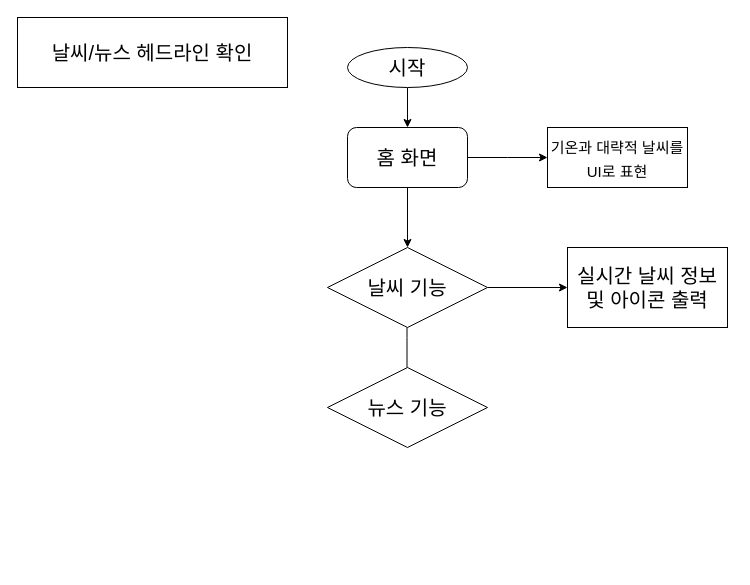
This is Untitled Diagram.drawio from JayPark0110/EmbeddedTP, a draw.io file, before an edit. Source tidied: cells renumbered, new cells numbered last; positions are measured from the earlier drawing's top-left corner, leaving out a move shared by most shapes. Both pictures are drawn from the tidied source at 100%, with x=0, y=0 at pixel (17, 17).
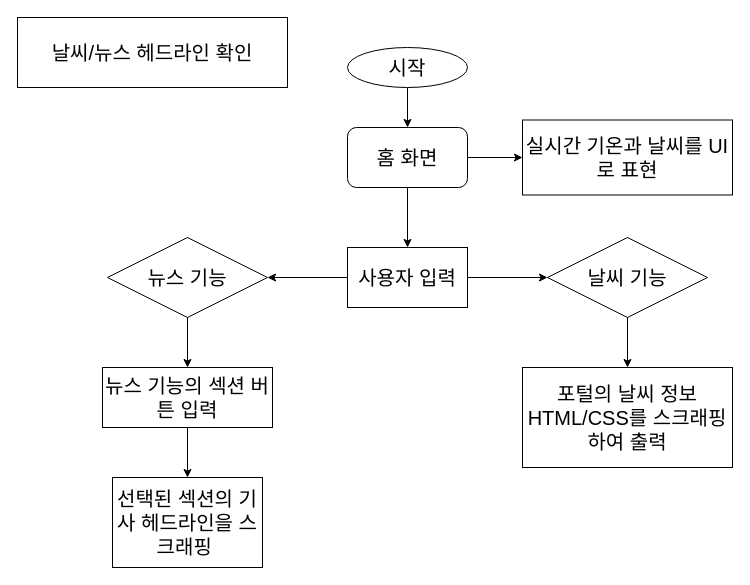
Above is the later version.

Change to the diagram source:
```diff
@@
 <mxGraphModel>
   <root>
     <mxCell id="0" />
     <mxCell id="1" parent="0" />
     <mxCell id="2" style="edgeStyle=orthogonalEdgeStyle;rounded=0;jettySize=auto;html=1;" parent="1" edge="1" source="3" target="6">
       <mxGeometry relative="1" as="geometry" />
     </mxCell>
     <mxCell id="3" value="&lt;font style=&quot;font-size: 20px&quot;&gt;시작&lt;/font&gt;" style="ellipse;whiteSpace=wrap;html=1;" parent="1" vertex="1">
       <mxGeometry x="330" y="30" width="120" height="40" as="geometry" />
     </mxCell>
-    <mxCell id="4" style="edgeStyle=orthogonalEdgeStyle;rounded=0;jettySize=auto;html=1;" parent="1" edge="1" source="6" target="9">
-      <mxGeometry relative="1" as="geometry" />
-    </mxCell>
-    <mxCell id="5" style="edgeStyle=orthogonalEdgeStyle;rounded=0;jettySize=auto;html=1;fontSize=20;" parent="1" edge="1" source="6">
-      <mxGeometry relative="1" as="geometry">
-        <mxPoint x="530" y="140" as="targetPoint" />
-      </mxGeometry>
-    </mxCell>
+    <mxCell id="14" style="edgeStyle=orthogonalEdgeStyle;rounded=0;jettySize=auto;html=1;fontSize=20;" parent="1" edge="1" source="6" target="19">
+      <mxGeometry relative="1" as="geometry" />
+    </mxCell>
+    <mxCell id="15" style="edgeStyle=orthogonalEdgeStyle;rounded=0;jettySize=auto;html=1;fontSize=20;" parent="1" edge="1" source="6" target="13">
+      <mxGeometry relative="1" as="geometry" />
+    </mxCell>
     <mxCell id="6" value="&lt;font style=&quot;font-size: 20px&quot;&gt;홈 화면&lt;/font&gt;" style="rounded=1;whiteSpace=wrap;html=1;" parent="1" vertex="1">
       <mxGeometry x="330" y="110" width="120" height="60" as="geometry" />
     </mxCell>
     <mxCell id="7" value="&lt;font style=&quot;font-size: 20px&quot;&gt;날씨/뉴스 헤드라인 확인&lt;/font&gt;" style="rounded=0;whiteSpace=wrap;html=1;" parent="1" vertex="1">
       <mxGeometry width="270" height="70" as="geometry" />
     </mxCell>
     <mxCell id="8" style="edgeStyle=orthogonalEdgeStyle;rounded=0;jettySize=auto;html=1;fontSize=20;" parent="1" edge="1" source="9" target="12">
       <mxGeometry relative="1" as="geometry" />
     </mxCell>
     <mxCell id="9" value="&lt;font style=&quot;font-size: 20px&quot;&gt;날씨 기능&lt;/font&gt;" style="rhombus;whiteSpace=wrap;html=1;" parent="1" vertex="1">
-      <mxGeometry x="310" y="230" width="160" height="80" as="geometry" />
+      <mxGeometry x="530" y="220" width="160" height="80" as="geometry" />
     </mxCell>
+    <mxCell id="16" style="edgeStyle=orthogonalEdgeStyle;rounded=0;jettySize=auto;html=1;fontSize=20;" parent="1" edge="1" source="10" target="21">
+      <mxGeometry relative="1" as="geometry" />
+    </mxCell>
     <mxCell id="10" value="&lt;font style=&quot;font-size: 20px&quot;&gt;뉴스 기능&lt;/font&gt;" style="rhombus;whiteSpace=wrap;html=1;" parent="1" vertex="1">
-      <mxGeometry x="310" y="350" width="160" height="80" as="geometry" />
+      <mxGeometry x="90" y="220" width="160" height="80" as="geometry" />
     </mxCell>
-    <mxCell id="11" style="endArrow=none;html=1;rounded=0;" parent="1" edge="1">
-      <mxGeometry relative="1" as="geometry">
-        <mxPoint x="389.5" y="350" as="sourcePoint" />
-        <mxPoint x="389.5" y="310" as="targetPoint" />
-        <Array as="points">
-          <mxPoint x="389.5" y="320" />
-        </Array>
-      </mxGeometry>
-    </mxCell>
-    <mxCell id="12" value="실시간 날씨 정보 및 아이콘 출력" style="rounded=0;whiteSpace=wrap;html=1;fontSize=20;" parent="1" vertex="1">
-      <mxGeometry x="550" y="230" width="160" height="80" as="geometry" />
+    <mxCell id="12" value="포털의 날씨 정보 HTML/CSS를 스크래핑하여 출력" style="rounded=0;whiteSpace=wrap;html=1;fontSize=20;" parent="1" vertex="1">
+      <mxGeometry x="505" y="350" width="210" height="100" as="geometry" />
     </mxCell>
-    <mxCell id="13" value="&lt;font style=&quot;font-size: 15px&quot;&gt;기온과 대략적 날씨를 UI로 표현&lt;/font&gt;" style="rounded=0;whiteSpace=wrap;html=1;fontSize=20;" parent="1" vertex="1">
-      <mxGeometry x="530" y="110" width="140" height="60" as="geometry" />
+    <mxCell id="13" value="&lt;font style=&quot;font-size: 20px&quot;&gt;실시간 기온과 날씨를 UI로 표현&lt;/font&gt;" style="rounded=0;whiteSpace=wrap;html=1;fontSize=20;" parent="1" vertex="1">
+      <mxGeometry x="505" y="102.5" width="210" height="75" as="geometry" />
     </mxCell>
+    <mxCell id="17" style="edgeStyle=orthogonalEdgeStyle;rounded=0;jettySize=auto;html=1;fontSize=20;" parent="1" edge="1" source="19" target="9">
+      <mxGeometry relative="1" as="geometry" />
+    </mxCell>
+    <mxCell id="18" style="edgeStyle=orthogonalEdgeStyle;rounded=0;jettySize=auto;html=1;fontSize=20;" parent="1" edge="1" source="19" target="10">
+      <mxGeometry relative="1" as="geometry" />
+    </mxCell>
+    <mxCell id="19" value="사용자 입력" style="rounded=0;whiteSpace=wrap;html=1;fontSize=20;" parent="1" vertex="1">
+      <mxGeometry x="330" y="230" width="120" height="60" as="geometry" />
+    </mxCell>
+    <mxCell id="20" style="edgeStyle=orthogonalEdgeStyle;rounded=0;jettySize=auto;html=1;fontSize=20;" parent="1" edge="1" source="21" target="22">
+      <mxGeometry relative="1" as="geometry" />
+    </mxCell>
+    <mxCell id="21" value="뉴스 기능의 섹션 버튼 입력" style="rounded=0;whiteSpace=wrap;html=1;fontSize=20;" parent="1" vertex="1">
+      <mxGeometry x="85" y="350" width="170" height="60" as="geometry" />
+    </mxCell>
+    <mxCell id="22" value="선택된 섹션의 기사 헤드라인을 스크래핑&amp;nbsp;" style="rounded=0;whiteSpace=wrap;html=1;fontSize=20;" parent="1" vertex="1">
+      <mxGeometry x="95" y="460" width="150" height="90" as="geometry" />
+    </mxCell>
   </root>
 </mxGraphModel>
```
